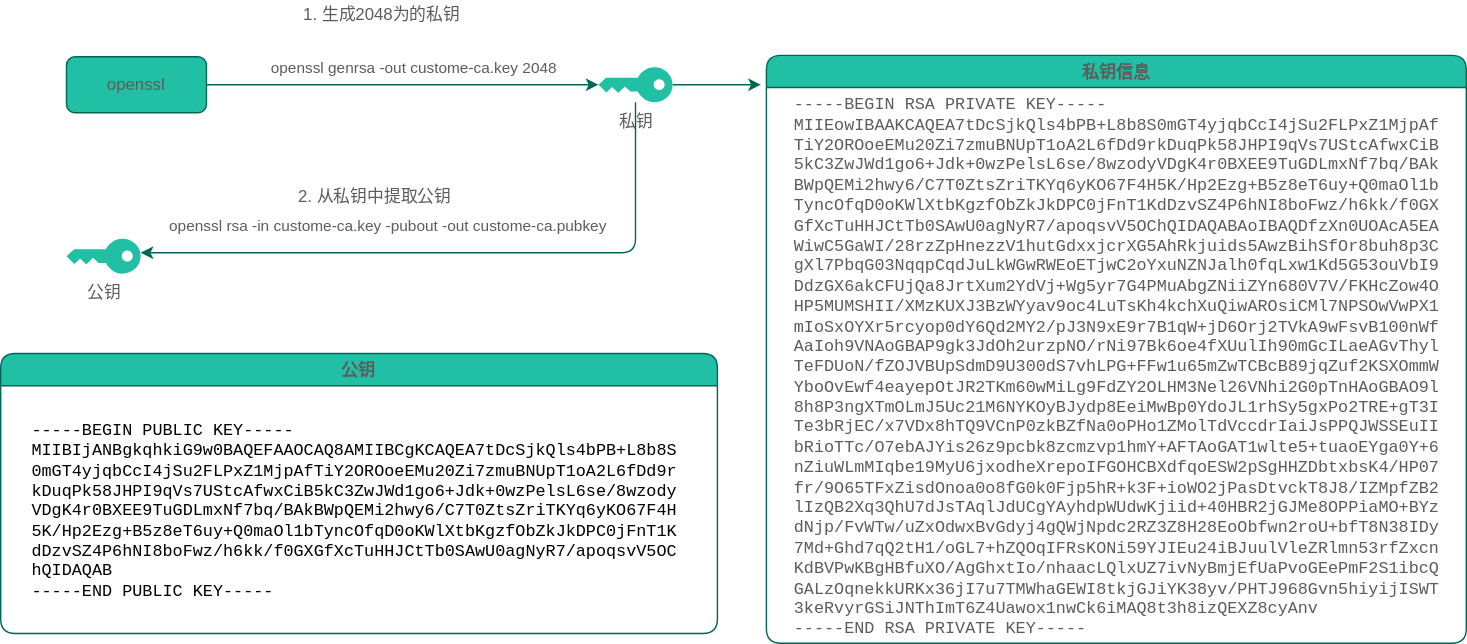
Earlier version of the draw.io export openssl.drawio.svg (jpanda-cn/static-resources). Source tidied: cells renumbered, new cells last; positions are measured from the earlier drawing's top-left corner, leaving out a move shared by most shapes.
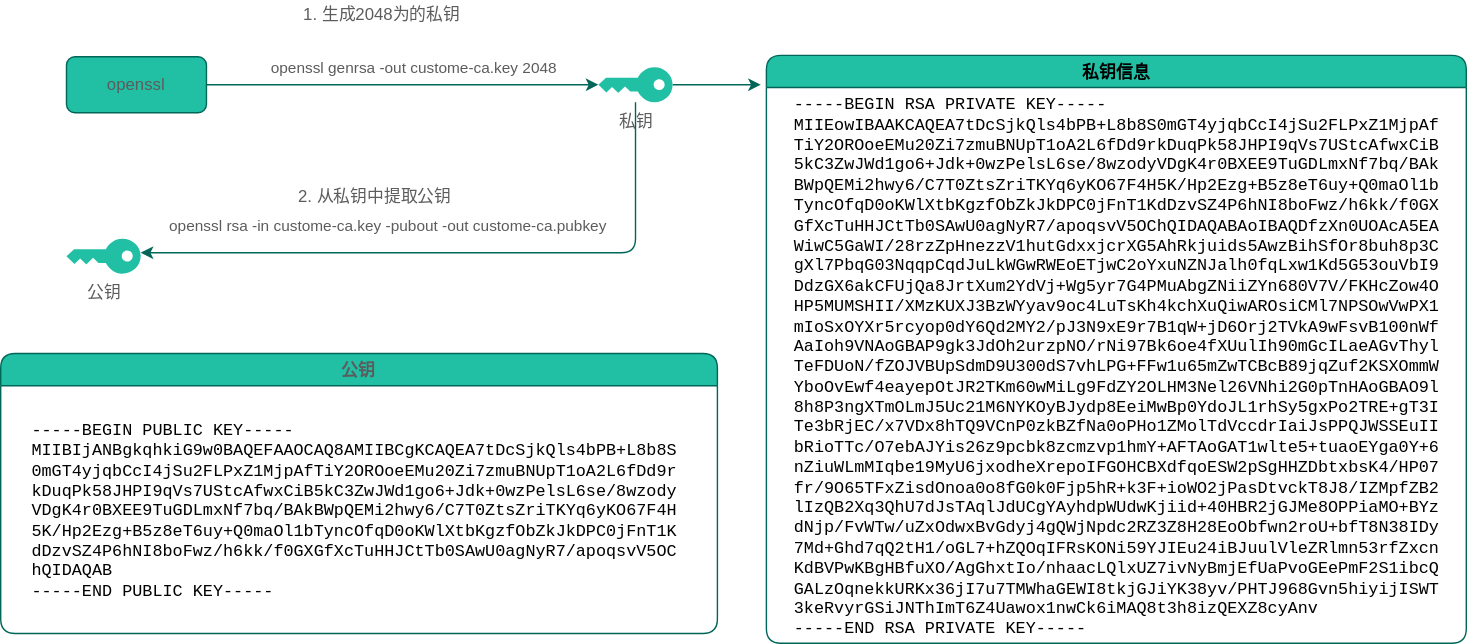
The same file after the commit.

The edit, as a diff of the source:
```diff
@@ -40,10 +40,10 @@
     <mxCell id="11" value="2. 从私钥中提取公钥" style="text;html=1;align=center;verticalAlign=middle;rounded=1;fontColor=#5C5C5C;" parent="1" vertex="1">
       <mxGeometry x="207" y="130" width="120" height="20" as="geometry" />
     </mxCell>
-    <mxCell id="12" value="私钥信息" style="swimlane;rounded=1;fillColor=#21C0A5;strokeColor=#006658;fontColor=#5C5C5C;" parent="1" vertex="1">
+    <mxCell id="12" value="私钥信息" style="swimlane;rounded=1;fillColor=#21C0A5;strokeColor=#006658;fontColor=#000000;" parent="1" vertex="1">
       <mxGeometry x="547" y="39" width="500" height="420" as="geometry" />
     </mxCell>
-    <mxCell id="13" value="&lt;div style=&quot;text-align: start; font-family: &amp;quot;MesloLGS NF&amp;quot;, monospace;&quot;&gt;&lt;div&gt;&lt;span style=&quot;&quot;&gt;-----BEGIN RSA PRIVATE KEY-----                                                                                                                                                           &lt;/span&gt;&lt;/div&gt;&lt;div&gt;&lt;span style=&quot;&quot;&gt;MIIEowIBAAKCAQEA7tDcSjkQls4bPB+L8b8S0mGT4yjqbCcI4jSu2FLPxZ1MjpAf                                                                                                                          &lt;/span&gt;&lt;/div&gt;&lt;div&gt;&lt;span style=&quot;&quot;&gt;TiY2OROoeEMu20Zi7zmuBNUpT1oA2L6fDd9rkDuqPk58JHPI9qVs7UStcAfwxCiB                                                                                                                          &lt;/span&gt;&lt;/div&gt;&lt;div&gt;&lt;span style=&quot;&quot;&gt;5kC3ZwJWd1go6+Jdk+0wzPelsL6se/8wzodyVDgK4r0BXEE9TuGDLmxNf7bq/BAk                                                                                                                          &lt;/span&gt;&lt;/div&gt;&lt;div&gt;&lt;span style=&quot;&quot;&gt;BWpQEMi2hwy6/C7T0ZtsZriTKYq6yKO67F4H5K/Hp2Ezg+B5z8eT6uy+Q0maOl1b                                                                                                                          &lt;/span&gt;&lt;/div&gt;&lt;div&gt;&lt;span style=&quot;&quot;&gt;TyncOfqD0oKWlXtbKgzfObZkJkDPC0jFnT1KdDzvSZ4P6hNI8boFwz/h6kk/f0GX                                                                                                                          &lt;/span&gt;&lt;/div&gt;&lt;div&gt;&lt;span style=&quot;&quot;&gt;GfXcTuHHJCtTb0SAwU0agNyR7/apoqsvV5OChQIDAQABAoIBAQDfzXn0UOAcA5EA                                                                                                                          &lt;/span&gt;&lt;/div&gt;&lt;div&gt;&lt;span style=&quot;&quot;&gt;WiwC5GaWI/28rzZpHnezzV1hutGdxxjcrXG5AhRkjuids5AwzBihSfOr8buh8p3C                                                                                                                          &lt;/span&gt;&lt;/div&gt;&lt;div&gt;&lt;span style=&quot;&quot;&gt;gXl7PbqG03NqqpCqdJuLkWGwRWEoETjwC2oYxuNZNJalh0fqLxw1Kd5G53ouVbI9                                                                                                                          &lt;/span&gt;&lt;/div&gt;&lt;div&gt;&lt;span style=&quot;&quot;&gt;DdzGX6akCFUjQa8JrtXum2YdVj+Wg5yr7G4PMuAbgZNiiZYn680V7V/FKHcZow4O                                                                                                                          &lt;/span&gt;&lt;/div&gt;&lt;div&gt;&lt;span style=&quot;&quot;&gt;HP5MUMSHII/XMzKUXJ3BzWYyav9oc4LuTsKh4kchXuQiwAROsiCMl7NPSOwVwPX1                                                                                                                          &lt;/span&gt;&lt;/div&gt;&lt;div&gt;&lt;span style=&quot;&quot;&gt;mIoSxOYXr5rcyop0dY6Qd2MY2/pJ3N9xE9r7B1qW+jD6Orj2TVkA9wFsvB100nWf                                                                                                                          &lt;/span&gt;&lt;/div&gt;&lt;div&gt;&lt;span style=&quot;&quot;&gt;AaIoh9VNAoGBAP9gk3JdOh2urzpNO/rNi97Bk6oe4fXUulIh90mGcILaeAGvThyl                                                                                                                          &lt;/span&gt;&lt;/div&gt;&lt;div&gt;&lt;span style=&quot;&quot;&gt;TeFDUoN/fZOJVBUpSdmD9U300dS7vhLPG+FFw1u65mZwTCBcB89jqZuf2KSXOmmW                                                                                                                          &lt;/span&gt;&lt;/div&gt;&lt;div&gt;&lt;span style=&quot;&quot;&gt;YboOvEwf4eayepOtJR2TKm60wMiLg9FdZY2OLHM3Nel26VNhi2G0pTnHAoGBAO9l                                                                                                                          &lt;/span&gt;&lt;/div&gt;&lt;div&gt;&lt;span style=&quot;&quot;&gt;8h8P3ngXTmOLmJ5Uc21M6NYKOyBJydp8EeiMwBp0YdoJL1rhSy5gxPo2TRE+gT3I                                                                                                                          &lt;/span&gt;&lt;/div&gt;&lt;div&gt;&lt;span style=&quot;&quot;&gt;Te3bRjEC/x7VDx8hTQ9VCnP0zkBZfNa0oPHo1ZMolTdVccdrIaiJsPPQJWSSEuII                                                                                                                          &lt;/span&gt;&lt;/div&gt;&lt;div&gt;&lt;span style=&quot;&quot;&gt;bRioTTc/O7ebAJYis26z9pcbk8zcmzvp1hmY+AFTAoGAT1wlte5+tuaoEYga0Y+6                                                                                                                          &lt;/span&gt;&lt;/div&gt;&lt;div&gt;&lt;span style=&quot;&quot;&gt;nZiuWLmMIqbe19MyU6jxodheXrepoIFGOHCBXdfqoESW2pSgHHZDbtxbsK4/HP07                                                                                                                          &lt;/span&gt;&lt;/div&gt;&lt;div&gt;&lt;span style=&quot;&quot;&gt;fr/9O65TFxZisdOnoa0o8fG0k0Fjp5hR+k3F+ioWO2jPasDtvckT8J8/IZMpfZB2                                                                                                                          &lt;/span&gt;&lt;/div&gt;&lt;div&gt;&lt;span style=&quot;&quot;&gt;lIzQB2Xq3QhU7dJsTAqlJdUCgYAyhdpWUdwKjiid+40HBR2jGJMe8OPPiaMO+BYz                                                                                                                          &lt;/span&gt;&lt;/div&gt;&lt;div&gt;&lt;span style=&quot;&quot;&gt;dNjp/FvWTw/uZxOdwxBvGdyj4gQWjNpdc2RZ3Z8H28EoObfwn2roU+bfT8N38IDy                                                                                                                          &lt;/span&gt;&lt;/div&gt;&lt;div&gt;&lt;span style=&quot;&quot;&gt;7Md+Ghd7qQ2tH1/oGL7+hZQOqIFRsKONi59YJIEu24iBJuulVleZRlmn53rfZxcn                                                                                                                          &lt;/span&gt;&lt;/div&gt;&lt;div&gt;&lt;span style=&quot;&quot;&gt;KdBVPwKBgHBfuXO/AgGhxtIo/nhaacLQlxUZ7ivNyBmjEfUaPvoGEePmF2S1ibcQ                                                                                                                          &lt;/span&gt;&lt;/div&gt;&lt;div&gt;&lt;span style=&quot;&quot;&gt;GALzOqnekkURKx36jI7u7TMWhaGEWI8tkjGJiYK38yv/PHTJ968Gvn5hiyijISWT                                                                                                                          &lt;/span&gt;&lt;/div&gt;&lt;div&gt;&lt;span style=&quot;&quot;&gt;3keRvyrGSiJNThImT6Z4Uawox1nwCk6iMAQ8t3h8izQEXZ8cyAnv                                                                                                                                      &lt;/span&gt;&lt;/div&gt;&lt;div&gt;&lt;span style=&quot;&quot;&gt;-----END RSA PRIVATE KEY-----   &lt;/span&gt;&lt;/div&gt;&lt;/div&gt;" style="text;html=1;align=center;verticalAlign=middle;labelBackgroundColor=none;rounded=1;fontColor=#5C5C5C;" parent="12" vertex="1">
+    <mxCell id="13" value="&lt;div style=&quot;text-align: start; font-family: &amp;quot;MesloLGS NF&amp;quot;, monospace;&quot;&gt;&lt;div&gt;&lt;span style=&quot;&quot;&gt;&lt;font color=&quot;#000000&quot;&gt;-----BEGIN RSA PRIVATE KEY-----                                                                                                                                                           &lt;/font&gt;&lt;/span&gt;&lt;/div&gt;&lt;div&gt;&lt;span style=&quot;&quot;&gt;&lt;font color=&quot;#000000&quot;&gt;MIIEowIBAAKCAQEA7tDcSjkQls4bPB+L8b8S0mGT4yjqbCcI4jSu2FLPxZ1MjpAf                                                                                                                          &lt;/font&gt;&lt;/span&gt;&lt;/div&gt;&lt;div&gt;&lt;span style=&quot;&quot;&gt;&lt;font color=&quot;#000000&quot;&gt;TiY2OROoeEMu20Zi7zmuBNUpT1oA2L6fDd9rkDuqPk58JHPI9qVs7UStcAfwxCiB                                                                                                                          &lt;/font&gt;&lt;/span&gt;&lt;/div&gt;&lt;div&gt;&lt;span style=&quot;&quot;&gt;&lt;font color=&quot;#000000&quot;&gt;5kC3ZwJWd1go6+Jdk+0wzPelsL6se/8wzodyVDgK4r0BXEE9TuGDLmxNf7bq/BAk                                                                                                                          &lt;/font&gt;&lt;/span&gt;&lt;/div&gt;&lt;div&gt;&lt;span style=&quot;&quot;&gt;&lt;font color=&quot;#000000&quot;&gt;BWpQEMi2hwy6/C7T0ZtsZriTKYq6yKO67F4H5K/Hp2Ezg+B5z8eT6uy+Q0maOl1b                                                                                                                          &lt;/font&gt;&lt;/span&gt;&lt;/div&gt;&lt;div&gt;&lt;span style=&quot;&quot;&gt;&lt;font color=&quot;#000000&quot;&gt;TyncOfqD0oKWlXtbKgzfObZkJkDPC0jFnT1KdDzvSZ4P6hNI8boFwz/h6kk/f0GX                                                                                                                          &lt;/font&gt;&lt;/span&gt;&lt;/div&gt;&lt;div&gt;&lt;span style=&quot;&quot;&gt;&lt;font color=&quot;#000000&quot;&gt;GfXcTuHHJCtTb0SAwU0agNyR7/apoqsvV5OChQIDAQABAoIBAQDfzXn0UOAcA5EA                                                                                                                          &lt;/font&gt;&lt;/span&gt;&lt;/div&gt;&lt;div&gt;&lt;span style=&quot;&quot;&gt;&lt;font color=&quot;#000000&quot;&gt;WiwC5GaWI/28rzZpHnezzV1hutGdxxjcrXG5AhRkjuids5AwzBihSfOr8buh8p3C                                                                                                                          &lt;/font&gt;&lt;/span&gt;&lt;/div&gt;&lt;div&gt;&lt;span style=&quot;&quot;&gt;&lt;font color=&quot;#000000&quot;&gt;gXl7PbqG03NqqpCqdJuLkWGwRWEoETjwC2oYxuNZNJalh0fqLxw1Kd5G53ouVbI9                                                                                                                          &lt;/font&gt;&lt;/span&gt;&lt;/div&gt;&lt;div&gt;&lt;span style=&quot;&quot;&gt;&lt;font color=&quot;#000000&quot;&gt;DdzGX6akCFUjQa8JrtXum2YdVj+Wg5yr7G4PMuAbgZNiiZYn680V7V/FKHcZow4O                                                                                                                          &lt;/font&gt;&lt;/span&gt;&lt;/div&gt;&lt;div&gt;&lt;span style=&quot;&quot;&gt;&lt;font color=&quot;#000000&quot;&gt;HP5MUMSHII/XMzKUXJ3BzWYyav9oc4LuTsKh4kchXuQiwAROsiCMl7NPSOwVwPX1                                                                                                                          &lt;/font&gt;&lt;/span&gt;&lt;/div&gt;&lt;div&gt;&lt;span style=&quot;&quot;&gt;&lt;font color=&quot;#000000&quot;&gt;mIoSxOYXr5rcyop0dY6Qd2MY2/pJ3N9xE9r7B1qW+jD6Orj2TVkA9wFsvB100nWf                                                                                                                          &lt;/font&gt;&lt;/span&gt;&lt;/div&gt;&lt;div&gt;&lt;span style=&quot;&quot;&gt;&lt;font color=&quot;#000000&quot;&gt;AaIoh9VNAoGBAP9gk3JdOh2urzpNO/rNi97Bk6oe4fXUulIh90mGcILaeAGvThyl                                                                                                                          &lt;/font&gt;&lt;/span&gt;&lt;/div&gt;&lt;div&gt;&lt;span style=&quot;&quot;&gt;&lt;font color=&quot;#000000&quot;&gt;TeFDUoN/fZOJVBUpSdmD9U300dS7vhLPG+FFw1u65mZwTCBcB89jqZuf2KSXOmmW                                                                                                                          &lt;/font&gt;&lt;/span&gt;&lt;/div&gt;&lt;div&gt;&lt;span style=&quot;&quot;&gt;&lt;font color=&quot;#000000&quot;&gt;YboOvEwf4eayepOtJR2TKm60wMiLg9FdZY2OLHM3Nel26VNhi2G0pTnHAoGBAO9l                                                                                                                          &lt;/font&gt;&lt;/span&gt;&lt;/div&gt;&lt;div&gt;&lt;span style=&quot;&quot;&gt;&lt;font color=&quot;#000000&quot;&gt;8h8P3ngXTmOLmJ5Uc21M6NYKOyBJydp8EeiMwBp0YdoJL1rhSy5gxPo2TRE+gT3I                                                                                                                          &lt;/font&gt;&lt;/span&gt;&lt;/div&gt;&lt;div&gt;&lt;span style=&quot;&quot;&gt;&lt;font color=&quot;#000000&quot;&gt;Te3bRjEC/x7VDx8hTQ9VCnP0zkBZfNa0oPHo1ZMolTdVccdrIaiJsPPQJWSSEuII                                                                                                                          &lt;/font&gt;&lt;/span&gt;&lt;/div&gt;&lt;div&gt;&lt;span style=&quot;&quot;&gt;&lt;font color=&quot;#000000&quot;&gt;bRioTTc/O7ebAJYis26z9pcbk8zcmzvp1hmY+AFTAoGAT1wlte5+tuaoEYga0Y+6                                                                                                                          &lt;/font&gt;&lt;/span&gt;&lt;/div&gt;&lt;div&gt;&lt;span style=&quot;&quot;&gt;&lt;font color=&quot;#000000&quot;&gt;nZiuWLmMIqbe19MyU6jxodheXrepoIFGOHCBXdfqoESW2pSgHHZDbtxbsK4/HP07                                                                                                                          &lt;/font&gt;&lt;/span&gt;&lt;/div&gt;&lt;div&gt;&lt;span style=&quot;&quot;&gt;&lt;font color=&quot;#000000&quot;&gt;fr/9O65TFxZisdOnoa0o8fG0k0Fjp5hR+k3F+ioWO2jPasDtvckT8J8/IZMpfZB2                                                                                                                          &lt;/font&gt;&lt;/span&gt;&lt;/div&gt;&lt;div&gt;&lt;span style=&quot;&quot;&gt;&lt;font color=&quot;#000000&quot;&gt;lIzQB2Xq3QhU7dJsTAqlJdUCgYAyhdpWUdwKjiid+40HBR2jGJMe8OPPiaMO+BYz                                                                                                                          &lt;/font&gt;&lt;/span&gt;&lt;/div&gt;&lt;div&gt;&lt;span style=&quot;&quot;&gt;&lt;font color=&quot;#000000&quot;&gt;dNjp/FvWTw/uZxOdwxBvGdyj4gQWjNpdc2RZ3Z8H28EoObfwn2roU+bfT8N38IDy                                                                                                                          &lt;/font&gt;&lt;/span&gt;&lt;/div&gt;&lt;div&gt;&lt;span style=&quot;&quot;&gt;&lt;font color=&quot;#000000&quot;&gt;7Md+Ghd7qQ2tH1/oGL7+hZQOqIFRsKONi59YJIEu24iBJuulVleZRlmn53rfZxcn                                                                                                                          &lt;/font&gt;&lt;/span&gt;&lt;/div&gt;&lt;div&gt;&lt;span style=&quot;&quot;&gt;&lt;font color=&quot;#000000&quot;&gt;KdBVPwKBgHBfuXO/AgGhxtIo/nhaacLQlxUZ7ivNyBmjEfUaPvoGEePmF2S1ibcQ                                                                                                                          &lt;/font&gt;&lt;/span&gt;&lt;/div&gt;&lt;div&gt;&lt;span style=&quot;&quot;&gt;&lt;font color=&quot;#000000&quot;&gt;GALzOqnekkURKx36jI7u7TMWhaGEWI8tkjGJiYK38yv/PHTJ968Gvn5hiyijISWT                                                                                                                          &lt;/font&gt;&lt;/span&gt;&lt;/div&gt;&lt;div&gt;&lt;span style=&quot;&quot;&gt;&lt;font color=&quot;#000000&quot;&gt;3keRvyrGSiJNThImT6Z4Uawox1nwCk6iMAQ8t3h8izQEXZ8cyAnv                                                                                                                                      &lt;/font&gt;&lt;/span&gt;&lt;/div&gt;&lt;div&gt;&lt;span style=&quot;&quot;&gt;&lt;font color=&quot;#000000&quot;&gt;-----END RSA PRIVATE KEY-----   &lt;/font&gt;&lt;/span&gt;&lt;/div&gt;&lt;/div&gt;" style="text;html=1;align=center;verticalAlign=middle;labelBackgroundColor=none;rounded=1;fontColor=#5C5C5C;" parent="12" vertex="1">
       <mxGeometry x="10" y="32.5" width="480" height="380" as="geometry" />
     </mxCell>
     <mxCell id="14" value="公钥" style="swimlane;labelBackgroundColor=none;rounded=1;fillColor=#21C0A5;strokeColor=#006658;fontColor=#5C5C5C;" parent="1" vertex="1">
```
